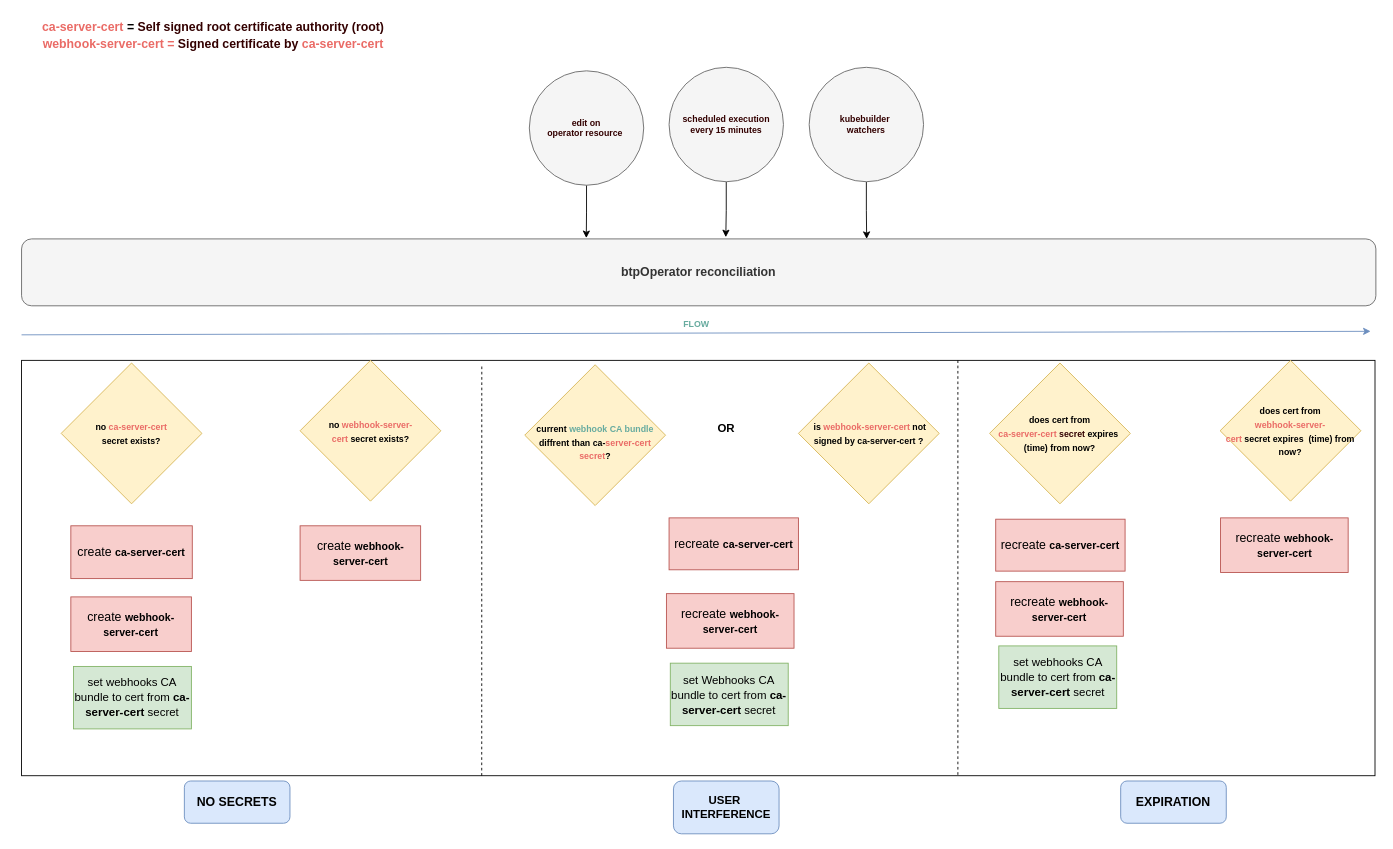
This is docs/assets/certs.drawio from kyma-project/btp-manager, a draw.io file, before an edit. Source tidied: cells renumbered, new cells numbered last; positions are measured from the earlier drawing's top-left corner, leaving out a move shared by most shapes. Both pictures are drawn from the tidied source at 88%, with x=0, y=0 at pixel (21, 15).
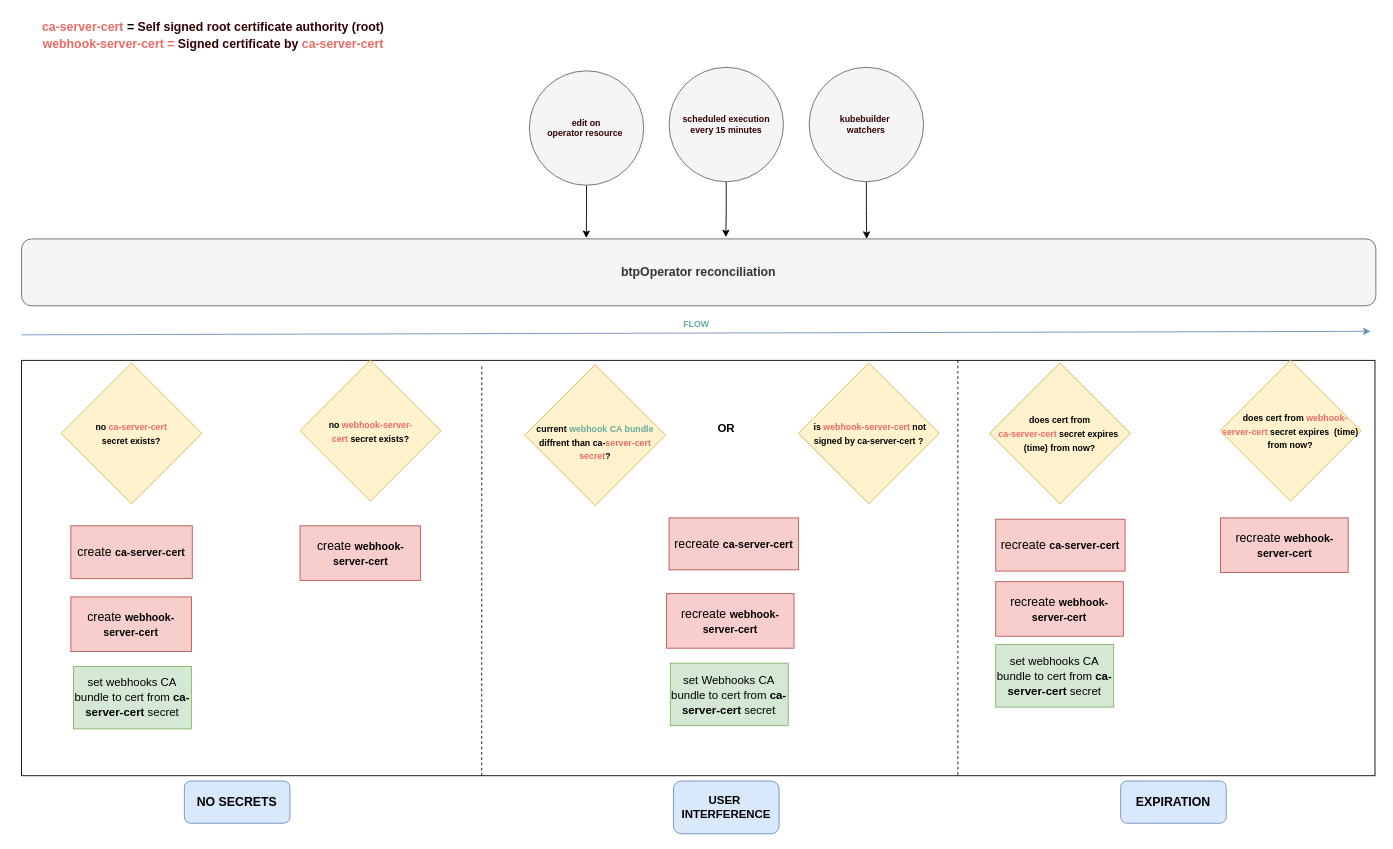
The same page after the edit.

Diff of the diagram source:
```diff
@@
     <mxCell id="22" value="&lt;div style=&quot;&quot;&gt;&lt;font style=&quot;background-color: initial; font-size: 13px;&quot;&gt;set webhooks CA bundle to cert from&amp;nbsp;&lt;/font&gt;&lt;b style=&quot;background-color: initial; border-color: var(--border-color); font-size: 13px;&quot;&gt;ca-server-cert&amp;nbsp;&lt;/b&gt;&lt;span style=&quot;background-color: initial; border-color: var(--border-color); font-size: 13px;&quot;&gt;secret&lt;/span&gt;&lt;/div&gt;" style="rounded=0;whiteSpace=wrap;html=1;fontSize=14;fillColor=#d5e8d4;strokeColor=#82b366;align=center;" parent="1" vertex="1">
-      <mxGeometry x="1110.5" y="716.5" width="134" height="71" as="geometry" />
+      <mxGeometry x="1107" y="715" width="134" height="71" as="geometry" />
     </mxCell>
@@
-    <mxCell id="35" value="&lt;font style=&quot;font-size: 10px;&quot;&gt;&lt;b style=&quot;border-color: var(--border-color);&quot;&gt;&lt;font style=&quot;border-color: var(--border-color); font-size: 10px;&quot;&gt;does cert from&lt;/font&gt;&lt;br style=&quot;border-color: var(--border-color);&quot;&gt;&lt;font style=&quot;border-color: var(--border-color); font-size: 10px;&quot; color=&quot;#ea6b66&quot;&gt;ca-server-cert&lt;/font&gt;&lt;span style=&quot;border-color: var(--border-color); background-color: initial;&quot;&gt;&lt;font style=&quot;border-color: var(--border-color); font-size: 10px;&quot; color=&quot;#ea6b66&quot;&gt;&amp;nbsp;&lt;/font&gt;&lt;font style=&quot;border-color: var(--border-color); font-size: 10px;&quot; color=&quot;#330000&quot;&gt;secret&lt;/font&gt;&amp;nbsp;expires&amp;nbsp; (time) from now?&lt;/span&gt;&lt;/b&gt;&lt;br&gt;&lt;/font&gt;" style="rhombus;whiteSpace=wrap;html=1;labelBackgroundColor=none;fontSize=13;fillColor=#fff2cc;strokeColor=#d6b656;" parent="1" vertex="1">
+    <mxCell id="35" value="&lt;font style=&quot;font-size: 10px;&quot;&gt;&lt;b style=&quot;border-color: var(--border-color);&quot;&gt;&lt;font style=&quot;border-color: var(--border-color); font-size: 10px;&quot;&gt;does cert from&lt;/font&gt;&lt;br style=&quot;border-color: var(--border-color);&quot;&gt;&lt;font style=&quot;border-color: var(--border-color); font-size: 10px;&quot; color=&quot;#ea6b66&quot;&gt;ca-server-cert&lt;/font&gt;&lt;span style=&quot;border-color: var(--border-color); background-color: initial;&quot;&gt;&lt;font style=&quot;border-color: var(--border-color); font-size: 10px;&quot; color=&quot;#ea6b66&quot;&gt;&amp;nbsp;&lt;/font&gt;&lt;font style=&quot;border-color: var(--border-color); font-size: 10px;&quot;&gt;secret&lt;/font&gt;&amp;nbsp;expires&amp;nbsp; (time) from now?&lt;/span&gt;&lt;/b&gt;&lt;br&gt;&lt;/font&gt;" style="rhombus;whiteSpace=wrap;html=1;labelBackgroundColor=none;fontSize=13;fillColor=#fff2cc;strokeColor=#d6b656;" parent="1" vertex="1">
       <mxGeometry x="1100" y="395" width="160" height="160" as="geometry" />
     </mxCell>
-    <mxCell id="36" value="&lt;font style=&quot;font-size: 10px;&quot;&gt;&lt;b style=&quot;border-color: var(--border-color);&quot;&gt;does cert from&lt;br&gt;&lt;span style=&quot;border-color: var(--border-color);&quot;&gt;&lt;font style=&quot;border-color: var(--border-color);&quot; color=&quot;#ea6b66&quot;&gt;webhook-server-cert&lt;/font&gt;&amp;nbsp;secret&amp;nbsp;&lt;/span&gt;&lt;span style=&quot;border-color: var(--border-color); font-size: x-small; background-color: initial;&quot;&gt;expires&amp;nbsp; (time) from now?&lt;/span&gt;&lt;/b&gt;&lt;br&gt;&lt;/font&gt;" style="rhombus;whiteSpace=wrap;html=1;labelBackgroundColor=none;fontSize=13;fillColor=#fff2cc;strokeColor=#d6b656;" parent="1" vertex="1">
+    <mxCell id="36" value="&lt;font style=&quot;font-size: 10px;&quot;&gt;&lt;b style=&quot;border-color: var(--border-color);&quot;&gt;&amp;nbsp; &amp;nbsp; does cert from&amp;nbsp;&lt;span style=&quot;border-color: var(--border-color);&quot;&gt;&lt;font style=&quot;border-color: var(--border-color);&quot; color=&quot;#ea6b66&quot;&gt;webhook-server-cert&lt;/font&gt;&amp;nbsp;secret&amp;nbsp;&lt;/span&gt;&lt;span style=&quot;border-color: var(--border-color); font-size: x-small; background-color: initial;&quot;&gt;expires&amp;nbsp; (time) from now?&lt;/span&gt;&lt;/b&gt;&lt;br&gt;&lt;/font&gt;" style="rhombus;whiteSpace=wrap;html=1;labelBackgroundColor=none;fontSize=13;fillColor=#fff2cc;strokeColor=#d6b656;" parent="1" vertex="1">
       <mxGeometry x="1362" y="392" width="160" height="160" as="geometry" />
     </mxCell>
```
